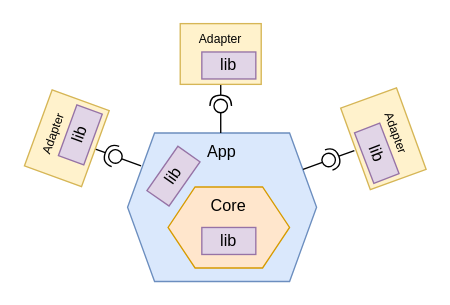
Above: page "Component" (15 of 17) of 1.drawio in alicemunsal/dohex (draw.io), before the change. Source tidied: cells renumbered, new cells numbered last; positions are measured from the earlier drawing's top-left corner, leaving out a move shared by most shapes. Both pictures are drawn from the tidied source at 135%, with x=0, y=0 at pixel (26, 23).
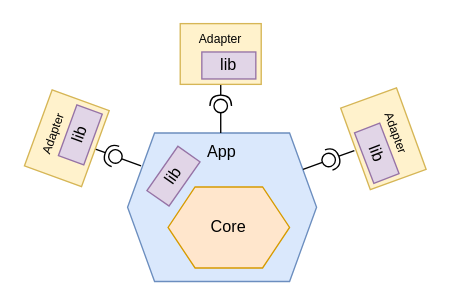
After the change.

Change to the diagram source:
```diff
@@
-    <mxCell id="3" value="Core" style="shape=hexagon;perimeter=hexagonPerimeter2;whiteSpace=wrap;html=1;fixedSize=1;rotation=0;fillColor=#ffe6cc;strokeColor=#d79b00;verticalAlign=top;" parent="1" vertex="1">
+    <mxCell id="3" value="Core" style="shape=hexagon;perimeter=hexagonPerimeter2;whiteSpace=wrap;html=1;fixedSize=1;rotation=0;fillColor=#ffe6cc;strokeColor=#d79b00;verticalAlign=middle;" parent="1" vertex="1">
       <mxGeometry x="105" y="121" width="90" height="60" as="geometry" />
     </mxCell>
@@
-    <mxCell id="11" value="lib" style="rounded=0;whiteSpace=wrap;html=1;fillColor=#e1d5e7;strokeColor=#9673a6;" parent="1" vertex="1">
-      <mxGeometry x="130" y="151" width="40" height="20" as="geometry" />
-    </mxCell>
```
